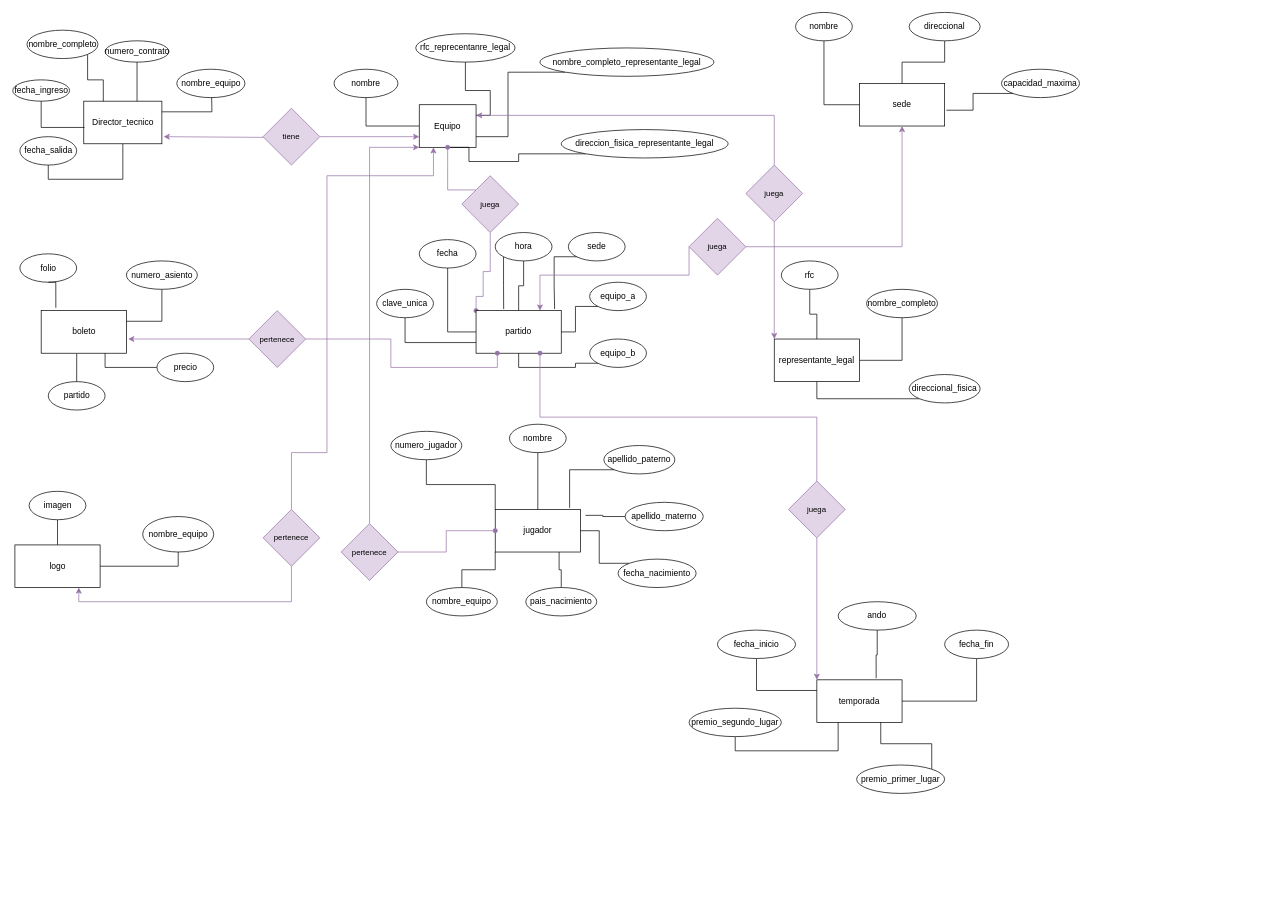
This is Diagrama sin título.drawio from FranciscoJRO/Bases_de_datos, a draw.io file, before an edit. Source tidied: cells renumbered, new cells numbered last; positions are measured from the earlier drawing's top-left corner, leaving out a move shared by most shapes. Both pictures are drawn from the tidied source at 71%, with x=0, y=0 at pixel (13, 12).
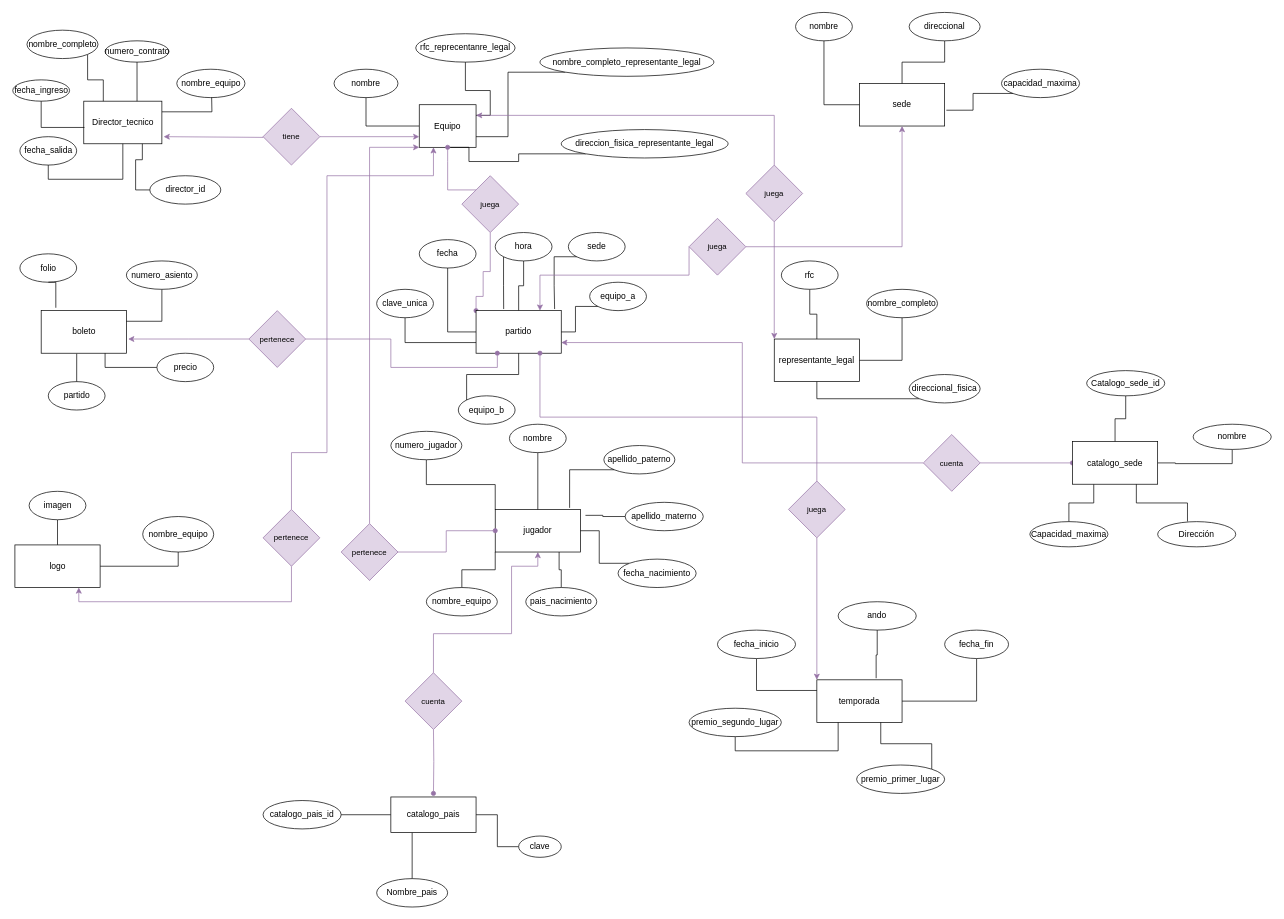
Above is the later version.

The change refers to these unchanged cells:
```xml
<mxCell id="4" value="Director_tecnico" style="rounded=0;whiteSpace=wrap;html=1;fontFamily=Helvetica;fontSize=12;fontColor=#000000;align=center;" parent="1" vertex="1">
  <mxGeometry x="99.5" y="125" width="110" height="60" as="geometry" />
</mxCell>
<mxCell id="11" value="partido" style="rounded=0;whiteSpace=wrap;html=1;" parent="1" vertex="1">
  <mxGeometry x="652" y="420" width="120" height="60" as="geometry" />
</mxCell>
<mxCell id="12" value="jugador" style="rounded=0;whiteSpace=wrap;html=1;" parent="1" vertex="1">
  <mxGeometry x="679" y="700" width="120" height="60" as="geometry" />
</mxCell>
```

The edit, as a diff of the source:
```diff
@@
+    <mxCell id="114" style="edgeStyle=orthogonalEdgeStyle;rounded=0;jettySize=auto;html=1;exitX=1;exitY=0.75;exitDx=0;exitDy=0;entryX=0;entryY=0.5;entryDx=0;entryDy=0;startArrow=classic;startFill=1;endArrow=none;endFill=0;fillColor=#e1d5e7;strokeColor=#9673a6;" parent="1" edge="1" source="11" target="128">
+      <mxGeometry relative="1" as="geometry" />
+    </mxCell>
@@
+    <mxCell id="115" style="edgeStyle=orthogonalEdgeStyle;rounded=0;jettySize=auto;html=1;exitX=0.5;exitY=1;exitDx=0;exitDy=0;endArrow=none;endFill=0;startArrow=classic;startFill=1;fillColor=#e1d5e7;strokeColor=#9673a6;" parent="1" edge="1" source="12" target="118">
+      <mxGeometry relative="1" as="geometry">
+        <Array as="points">
+          <mxPoint x="739" y="780" />
+          <mxPoint x="702" y="780" />
+          <mxPoint x="702" y="875" />
+          <mxPoint x="592" y="875" />
+        </Array>
+      </mxGeometry>
+    </mxCell>
@@
     <mxCell id="49" value="equipo_b" style="ellipse;whiteSpace=wrap;html=1;" parent="1" vertex="1">
-      <mxGeometry x="812" y="460" width="80" height="40" as="geometry" />
+      <mxGeometry x="627" y="540" width="80" height="40" as="geometry" />
     </mxCell>
@@
+    <mxCell id="116" style="edgeStyle=orthogonalEdgeStyle;rounded=0;jettySize=auto;html=1;exitX=0;exitY=0.5;exitDx=0;exitDy=0;entryX=0.75;entryY=1;entryDx=0;entryDy=0;endArrow=none;endFill=0;" parent="1" edge="1" source="117" target="4">
+      <mxGeometry relative="1" as="geometry" />
+    </mxCell>
+    <mxCell id="117" value="director_id" style="ellipse;whiteSpace=wrap;html=1;" parent="1" vertex="1">
+      <mxGeometry x="192.5" y="230" width="100" height="40" as="geometry" />
+    </mxCell>
+    <mxCell id="118" value="cuenta" style="rhombus;whiteSpace=wrap;html=1;fontFamily=Helvetica;fontSize=11;fillColor=#e1d5e7;strokeColor=#9673a6;" parent="1" vertex="1">
+      <mxGeometry x="552" y="930" width="80" height="80" as="geometry" />
+    </mxCell>
+    <mxCell id="119" style="edgeStyle=orthogonalEdgeStyle;rounded=0;jettySize=auto;html=1;endArrow=none;endFill=0;" parent="1" edge="1" source="123" target="124">
+      <mxGeometry relative="1" as="geometry" />
+    </mxCell>
+    <mxCell id="120" style="edgeStyle=orthogonalEdgeStyle;rounded=0;jettySize=auto;html=1;exitX=0.25;exitY=1;exitDx=0;exitDy=0;entryX=0.5;entryY=0;entryDx=0;entryDy=0;endArrow=none;endFill=0;" parent="1" edge="1" source="123" target="125">
+      <mxGeometry relative="1" as="geometry" />
+    </mxCell>
+    <mxCell id="121" style="edgeStyle=orthogonalEdgeStyle;rounded=0;jettySize=auto;html=1;exitX=1;exitY=0.5;exitDx=0;exitDy=0;entryX=0;entryY=0.5;entryDx=0;entryDy=0;endArrow=none;endFill=0;" parent="1" edge="1" source="123" target="126">
+      <mxGeometry relative="1" as="geometry" />
+    </mxCell>
+    <mxCell id="122" style="edgeStyle=orthogonalEdgeStyle;rounded=0;jettySize=auto;html=1;entryX=0.5;entryY=1;entryDx=0;entryDy=0;endArrow=none;endFill=0;startArrow=oval;startFill=1;fillColor=#e1d5e7;strokeColor=#9673a6;" parent="1" edge="1" target="118">
+      <mxGeometry relative="1" as="geometry">
+        <mxPoint x="592" y="1100" as="sourcePoint" />
+      </mxGeometry>
+    </mxCell>
+    <mxCell id="123" value="catalogo_pais" style="rounded=0;whiteSpace=wrap;html=1;" parent="1" vertex="1">
+      <mxGeometry x="532" y="1105" width="120" height="50" as="geometry" />
+    </mxCell>
+    <mxCell id="124" value="catalogo_pais_id" style="ellipse;whiteSpace=wrap;html=1;rounded=0;" parent="1" vertex="1">
+      <mxGeometry x="352" y="1110" width="110" height="40" as="geometry" />
+    </mxCell>
+    <mxCell id="125" value="Nombre_pais" style="ellipse;whiteSpace=wrap;html=1;rounded=0;" parent="1" vertex="1">
+      <mxGeometry x="512" y="1220" width="100" height="40" as="geometry" />
+    </mxCell>
+    <mxCell id="126" value="clave" style="ellipse;whiteSpace=wrap;html=1;rounded=0;" parent="1" vertex="1">
+      <mxGeometry x="712" y="1160" width="60" height="30" as="geometry" />
+    </mxCell>
+    <mxCell id="127" style="edgeStyle=orthogonalEdgeStyle;rounded=0;jettySize=auto;html=1;exitX=1;exitY=0.5;exitDx=0;exitDy=0;entryX=0;entryY=0.5;entryDx=0;entryDy=0;endArrow=oval;endFill=1;fillColor=#e1d5e7;strokeColor=#9673a6;" parent="1" edge="1" source="128" target="132">
+      <mxGeometry relative="1" as="geometry" />
+    </mxCell>
+    <mxCell id="128" value="cuenta" style="rhombus;whiteSpace=wrap;html=1;fontFamily=Helvetica;fontSize=11;fillColor=#e1d5e7;strokeColor=#9673a6;" parent="1" vertex="1">
+      <mxGeometry x="1282" y="594.5" width="80" height="80" as="geometry" />
+    </mxCell>
+    <mxCell id="129" style="edgeStyle=orthogonalEdgeStyle;rounded=0;jettySize=auto;html=1;endArrow=none;endFill=0;" parent="1" edge="1" source="132" target="133">
+      <mxGeometry relative="1" as="geometry" />
+    </mxCell>
+    <mxCell id="130" style="edgeStyle=orthogonalEdgeStyle;rounded=0;jettySize=auto;html=1;exitX=0.25;exitY=1;exitDx=0;exitDy=0;entryX=0.5;entryY=0;entryDx=0;entryDy=0;endArrow=none;endFill=0;" parent="1" edge="1" source="132" target="136">
+      <mxGeometry relative="1" as="geometry" />
+    </mxCell>
+    <mxCell id="131" style="edgeStyle=orthogonalEdgeStyle;rounded=0;jettySize=auto;html=1;exitX=1;exitY=0.5;exitDx=0;exitDy=0;entryX=0.5;entryY=1;entryDx=0;entryDy=0;endArrow=none;endFill=0;" parent="1" edge="1" source="132" target="134">
+      <mxGeometry relative="1" as="geometry" />
+    </mxCell>
+    <mxCell id="132" value="catalogo_sede" style="rounded=0;whiteSpace=wrap;html=1;" parent="1" vertex="1">
+      <mxGeometry x="1492" y="604.5" width="120" height="60" as="geometry" />
+    </mxCell>
+    <mxCell id="133" value="Catalogo_sede_id" style="ellipse;whiteSpace=wrap;html=1;rounded=0;" parent="1" vertex="1">
+      <mxGeometry x="1512" y="504.5" width="110" height="35.5" as="geometry" />
+    </mxCell>
+    <mxCell id="134" value="nombre" style="ellipse;whiteSpace=wrap;html=1;rounded=0;" parent="1" vertex="1">
+      <mxGeometry x="1662" y="580" width="110" height="35.5" as="geometry" />
+    </mxCell>
+    <mxCell id="135" value="Dirección" style="ellipse;whiteSpace=wrap;html=1;rounded=0;" parent="1" vertex="1">
+      <mxGeometry x="1612" y="717.2" width="110" height="35.5" as="geometry" />
+    </mxCell>
+    <mxCell id="136" value="Capacidad_maxima" style="ellipse;whiteSpace=wrap;html=1;rounded=0;" parent="1" vertex="1">
+      <mxGeometry x="1432" y="717.2" width="110" height="35.5" as="geometry" />
+    </mxCell>
+    <mxCell id="137" style="edgeStyle=orthogonalEdgeStyle;rounded=0;jettySize=auto;html=1;exitX=0.75;exitY=1;exitDx=0;exitDy=0;entryX=0.382;entryY=-0.007;entryDx=0;entryDy=0;entryPerimeter=0;endArrow=none;endFill=0;" parent="1" edge="1" source="132" target="135">
+      <mxGeometry relative="1" as="geometry" />
+    </mxCell>
```
